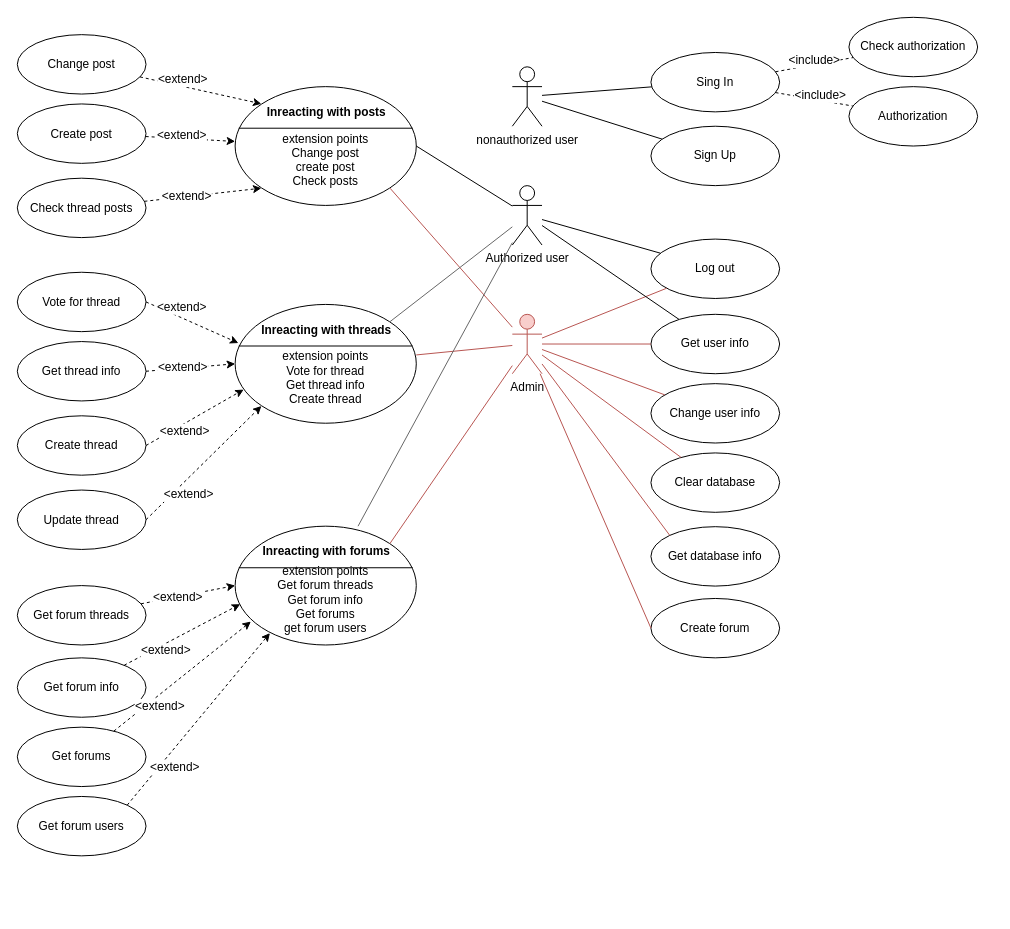
This is page "use-case" (2 of 2) of schemes/schemes.drawio from Kotyarich/forum-course-project, a draw.io file, before an edit. Source tidied: cells renumbered, new cells numbered last; positions are measured from the earlier drawing's top-left corner, leaving out a move shared by most shapes. Both pictures are drawn from the tidied source at 99%, with x=0, y=0 at pixel (17, 17).
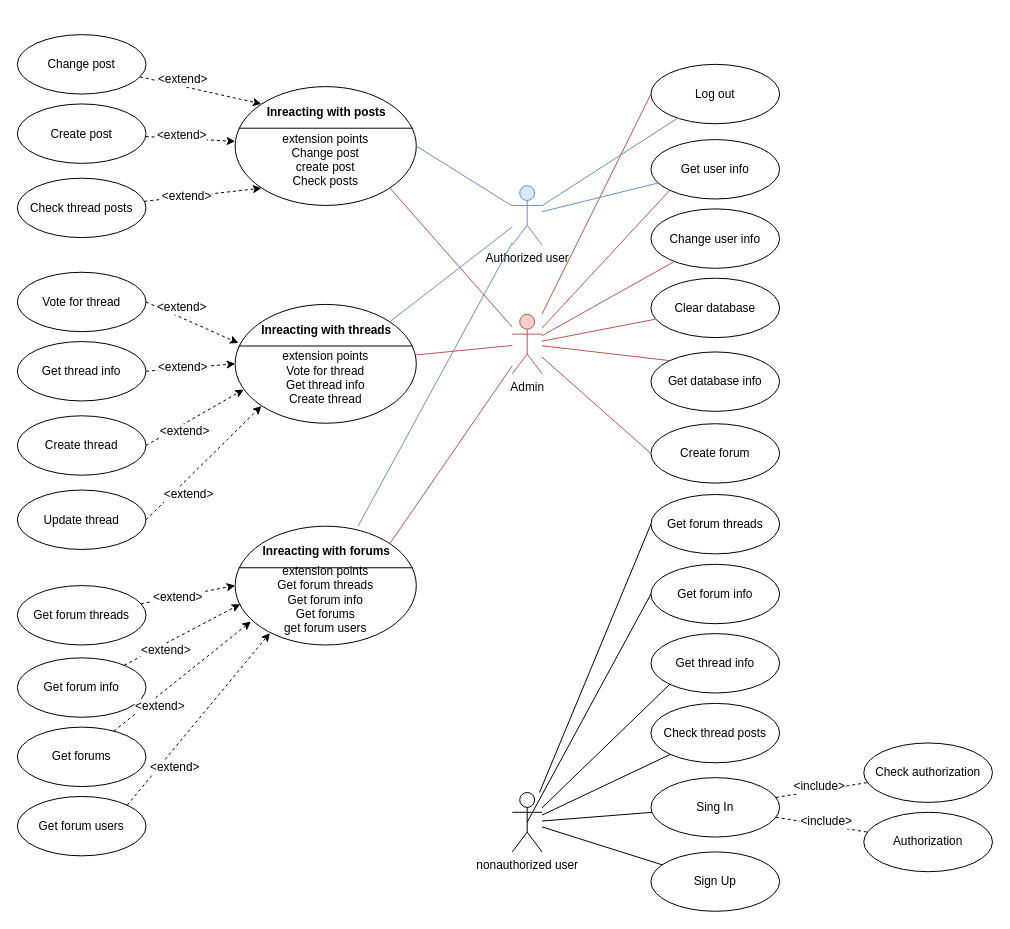
The same diagram, later.

Unchanged cells that the change refers to:
```xml
<mxCell id="15" value="Admin" style="shape=umlActor;verticalLabelPosition=bottom;labelBackgroundColor=#ffffff;verticalAlign=top;html=1;outlineConnect=0;fillColor=#f8cecc;strokeColor=#b85450;" parent="1" vertex="1">
  <mxGeometry x="500" y="300" width="30" height="60" as="geometry" />
</mxCell>
<mxCell id="32" value="&lt;br&gt;&lt;br&gt;&lt;br&gt;extension points&lt;br&gt;Change post&lt;br&gt;create post&lt;br&gt;Check posts&lt;br&gt;&lt;br&gt;" style="html=1;shape=mxgraph.sysml.useCaseExtPt;whiteSpace=wrap;align=center;" parent="1" vertex="1">
  <mxGeometry x="220" y="70" width="183" height="120" as="geometry" />
</mxCell>
<mxCell id="42" value="&lt;br&gt;&lt;br&gt;&lt;br&gt;extension points&lt;br&gt;Vote for thread&lt;br&gt;Get thread info&lt;br&gt;Create thread&lt;br&gt;&lt;br&gt;" style="html=1;shape=mxgraph.sysml.useCaseExtPt;whiteSpace=wrap;align=center;" parent="1" vertex="1">
  <mxGeometry x="220" y="290" width="183" height="120" as="geometry" />
</mxCell>
<mxCell id="55" value="&lt;br&gt;&lt;br&gt;&lt;br&gt;extension points&lt;br&gt;Get forum threads&lt;br&gt;Get forum info&lt;br&gt;Get forums&lt;br&gt;get forum users&lt;br&gt;&lt;br&gt;" style="html=1;shape=mxgraph.sysml.useCaseExtPt;whiteSpace=wrap;align=center;" parent="1" vertex="1">
  <mxGeometry x="220" y="514" width="183" height="120" as="geometry" />
</mxCell>
```

Diff of the diagram source:
```diff
@@
-    <mxCell id="2" value="Authorized user" style="shape=umlActor;verticalLabelPosition=bottom;labelBackgroundColor=#ffffff;verticalAlign=top;html=1;outlineConnect=0;" parent="1" vertex="1">
+    <mxCell id="2" value="Authorized user" style="shape=umlActor;verticalLabelPosition=bottom;labelBackgroundColor=#ffffff;verticalAlign=top;html=1;outlineConnect=0;fillColor=#dae8fc;strokeColor=#6c8ebf;" parent="1" vertex="1">
       <mxGeometry x="500" y="170" width="30" height="60" as="geometry" />
     </mxCell>
     <mxCell id="3" value="Sign Up" style="ellipse;whiteSpace=wrap;html=1;" parent="1" vertex="1">
-      <mxGeometry x="640" y="110" width="130" height="60" as="geometry" />
+      <mxGeometry x="640" y="843" width="130" height="60" as="geometry" />
     </mxCell>
     <mxCell id="4" value="Sing In" style="ellipse;whiteSpace=wrap;html=1;" parent="1" vertex="1">
-      <mxGeometry x="640" y="35.5" width="130" height="60" as="geometry" />
+      <mxGeometry x="640" y="768" width="130" height="60" as="geometry" />
     </mxCell>
     <mxCell id="5" value="Log out" style="ellipse;whiteSpace=wrap;html=1;" parent="1" vertex="1">
-      <mxGeometry x="640" y="224" width="130" height="60" as="geometry" />
+      <mxGeometry x="640" y="47.5" width="130" height="60" as="geometry" />
     </mxCell>
@@
-    <mxCell id="8" style="endArrow=none;html=1;" parent="1" edge="1" source="2" target="5">
+    <mxCell id="8" style="endArrow=none;html=1;fillColor=#dae8fc;strokeColor=#6c8ebf;" parent="1" edge="1" source="2" target="5">
       <mxGeometry relative="1" as="geometry" />
     </mxCell>
     <mxCell id="9" value="Check authorization" style="ellipse;whiteSpace=wrap;html=1;" parent="1" vertex="1">
-      <mxGeometry x="840" width="130" height="60" as="geometry" />
+      <mxGeometry x="855" y="733" width="130" height="60" as="geometry" />
     </mxCell>
@@
     <mxCell id="12" value="Authorization" style="ellipse;whiteSpace=wrap;html=1;" parent="1" vertex="1">
-      <mxGeometry x="840" y="70" width="130" height="60" as="geometry" />
+      <mxGeometry x="855" y="803" width="130" height="60" as="geometry" />
     </mxCell>
@@
-    <mxCell id="16" style="endArrow=none;html=1;fillColor=#f8cecc;strokeColor=#b85450;" parent="1" edge="1" source="15" target="5">
+    <mxCell id="16" style="endArrow=none;html=1;fillColor=#f8cecc;strokeColor=#b85450;entryX=0;entryY=0.5;entryDx=0;entryDy=0;" parent="1" edge="1" source="15" target="5">
       <mxGeometry relative="1" as="geometry" />
     </mxCell>
     <mxCell id="17" value="Clear database" style="ellipse;whiteSpace=wrap;html=1;" parent="1" vertex="1">
-      <mxGeometry x="640" y="440" width="130" height="60" as="geometry" />
+      <mxGeometry x="640" y="263.5" width="130" height="60" as="geometry" />
     </mxCell>
     <mxCell id="18" value="Get database info" style="ellipse;whiteSpace=wrap;html=1;" parent="1" vertex="1">
-      <mxGeometry x="640" y="514.5" width="130" height="60" as="geometry" />
+      <mxGeometry x="640" y="338" width="130" height="60" as="geometry" />
     </mxCell>
@@
     <mxCell id="21" value="Get user info" style="ellipse;whiteSpace=wrap;html=1;" parent="1" vertex="1">
-      <mxGeometry x="640" y="300" width="130" height="60" as="geometry" />
+      <mxGeometry x="640" y="123.5" width="130" height="60" as="geometry" />
     </mxCell>
-    <mxCell id="22" style="endArrow=none;html=1;" parent="1" edge="1" source="21" target="2">
+    <mxCell id="22" style="endArrow=none;html=1;fillColor=#dae8fc;strokeColor=#6c8ebf;" parent="1" edge="1" source="21" target="2">
       <mxGeometry relative="1" as="geometry" />
     </mxCell>
-    <mxCell id="23" style="endArrow=none;html=1;fillColor=#f8cecc;strokeColor=#b85450;" parent="1" edge="1" source="15" target="21">
+    <mxCell id="23" style="endArrow=none;html=1;fillColor=#f8cecc;strokeColor=#b85450;entryX=0;entryY=1;entryDx=0;entryDy=0;" parent="1" edge="1" source="15" target="21">
       <mxGeometry relative="1" as="geometry" />
     </mxCell>
     <mxCell id="24" value="Change user info" style="ellipse;whiteSpace=wrap;html=1;" parent="1" vertex="1">
-      <mxGeometry x="640" y="370" width="130" height="60" as="geometry" />
+      <mxGeometry x="640" y="193.5" width="130" height="60" as="geometry" />
     </mxCell>
@@
-    <mxCell id="34" style="endArrow=none;html=1;labelBackgroundColor=#FF6666;fontColor=#FF6666;exitX=1;exitY=0.5;exitDx=0;exitDy=0;exitPerimeter=0;" parent="1" edge="1" source="32" target="2">
+    <mxCell id="34" style="endArrow=none;html=1;labelBackgroundColor=#FF6666;fontColor=#FF6666;exitX=1;exitY=0.5;exitDx=0;exitDy=0;exitPerimeter=0;fillColor=#dae8fc;strokeColor=#6c8ebf;" parent="1" edge="1" source="32" target="2">
       <mxGeometry relative="1" as="geometry" />
     </mxCell>
@@
-    <mxCell id="45" style="endArrow=none;html=1;labelBackgroundColor=#FF6666;fontColor=#000000;fillColor=#f5f5f5;strokeColor=#666666;entryX=0.855;entryY=0.145;entryDx=0;entryDy=0;entryPerimeter=0;" parent="1" edge="1" source="2" target="42">
+    <mxCell id="45" style="endArrow=none;html=1;labelBackgroundColor=#FF6666;fontColor=#000000;fillColor=#dae8fc;strokeColor=#6c8ebf;entryX=0.855;entryY=0.145;entryDx=0;entryDy=0;entryPerimeter=0;" parent="1" edge="1" source="2" target="42">
       <mxGeometry relative="1" as="geometry" />
     </mxCell>
@@
     <mxCell id="57" value="Create forum&lt;br&gt;" style="ellipse;whiteSpace=wrap;html=1;" parent="1" vertex="1">
-      <mxGeometry x="640" y="587" width="130" height="60" as="geometry" />
+      <mxGeometry x="640" y="410.5" width="130" height="60" as="geometry" />
     </mxCell>
@@
-    <mxCell id="71" style="endArrow=none;html=1;labelBackgroundColor=#FF6666;fontColor=#000000;fillColor=#f5f5f5;strokeColor=#666666;" parent="1" edge="1" source="2" target="55">
+    <mxCell id="71" style="endArrow=none;html=1;labelBackgroundColor=#FF6666;fontColor=#000000;fillColor=#dae8fc;strokeColor=#6c8ebf;" parent="1" edge="1" source="2" target="55">
       <mxGeometry relative="1" as="geometry" />
     </mxCell>
@@
     <mxCell id="73" value="nonauthorized user" style="shape=umlActor;verticalLabelPosition=bottom;labelBackgroundColor=#ffffff;verticalAlign=top;html=1;outlineConnect=0;" parent="1" vertex="1">
-      <mxGeometry x="500" y="50" width="30" height="60" as="geometry" />
+      <mxGeometry x="500" y="783" width="30" height="60" as="geometry" />
     </mxCell>
+    <mxCell id="74" value="Check thread posts" style="ellipse;whiteSpace=wrap;html=1;" parent="1" vertex="1">
+      <mxGeometry x="640" y="693" width="130" height="60" as="geometry" />
+    </mxCell>
+    <mxCell id="75" value="Get thread info" style="ellipse;whiteSpace=wrap;html=1;" parent="1" vertex="1">
+      <mxGeometry x="640" y="622.5" width="130" height="60" as="geometry" />
+    </mxCell>
+    <mxCell id="76" value="Get forum threads" style="ellipse;whiteSpace=wrap;html=1;" parent="1" vertex="1">
+      <mxGeometry x="640" y="482" width="130" height="60" as="geometry" />
+    </mxCell>
+    <mxCell id="77" value="Get forum info" style="ellipse;whiteSpace=wrap;html=1;" parent="1" vertex="1">
+      <mxGeometry x="640" y="552.5" width="130" height="60" as="geometry" />
+    </mxCell>
+    <mxCell id="78" style="endArrow=none;html=1;" parent="1" edge="1" source="73" target="74">
+      <mxGeometry relative="1" as="geometry" />
+    </mxCell>
+    <mxCell id="79" style="endArrow=none;html=1;entryX=0;entryY=1;entryDx=0;entryDy=0;" parent="1" edge="1" source="73" target="75">
+      <mxGeometry relative="1" as="geometry" />
+    </mxCell>
+    <mxCell id="80" style="endArrow=none;html=1;exitX=0.5;exitY=0.5;exitDx=0;exitDy=0;exitPerimeter=0;entryX=0;entryY=0.5;entryDx=0;entryDy=0;" parent="1" edge="1" source="73" target="77">
+      <mxGeometry relative="1" as="geometry" />
+    </mxCell>
+    <mxCell id="81" style="endArrow=none;html=1;entryX=0;entryY=0.5;entryDx=0;entryDy=0;" parent="1" edge="1" source="73" target="76">
+      <mxGeometry relative="1" as="geometry" />
+    </mxCell>
```
